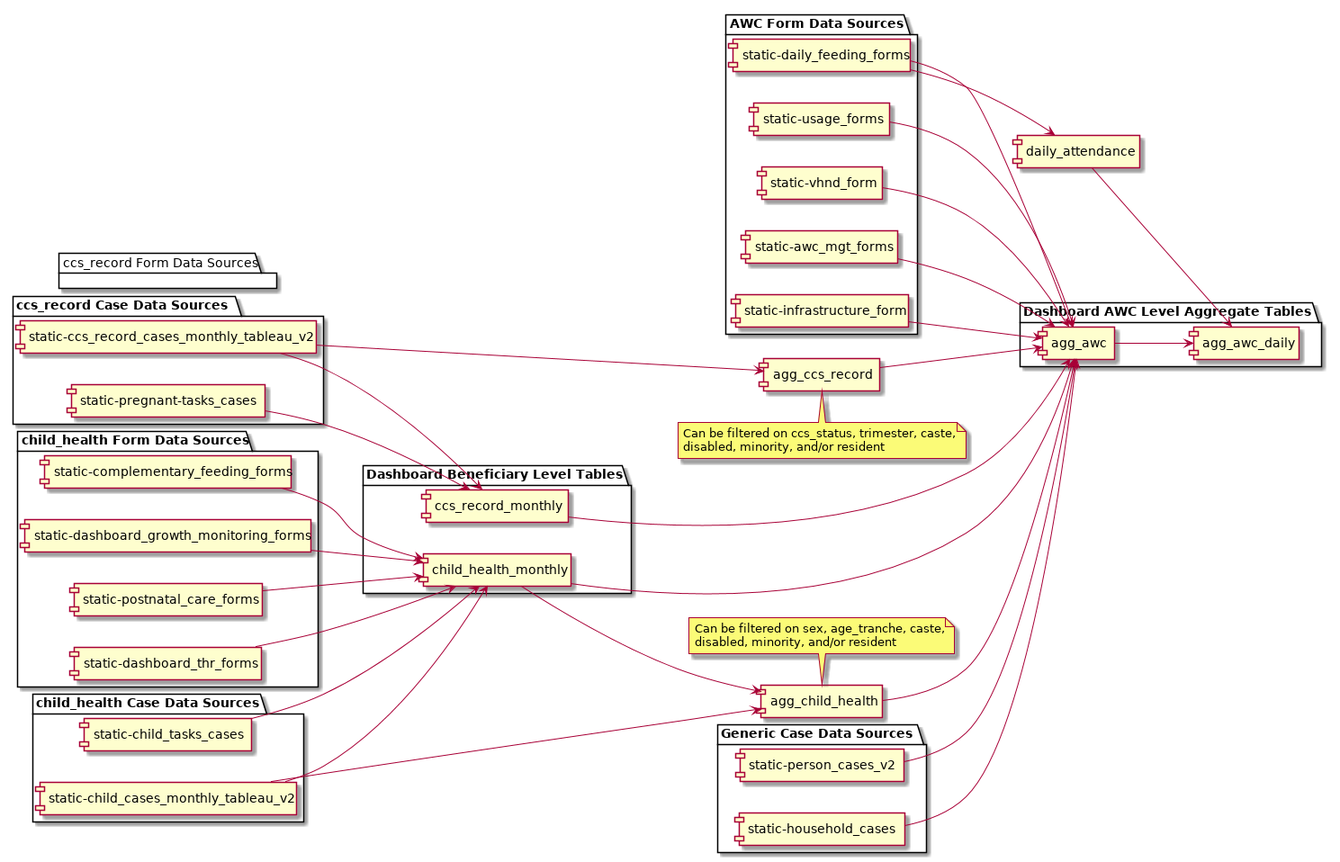
dimagi/commcare-hq keeps this PlantUML diagram as custom/icds_reports/docs/current_state_aggregation.png. Above is the earlier version.
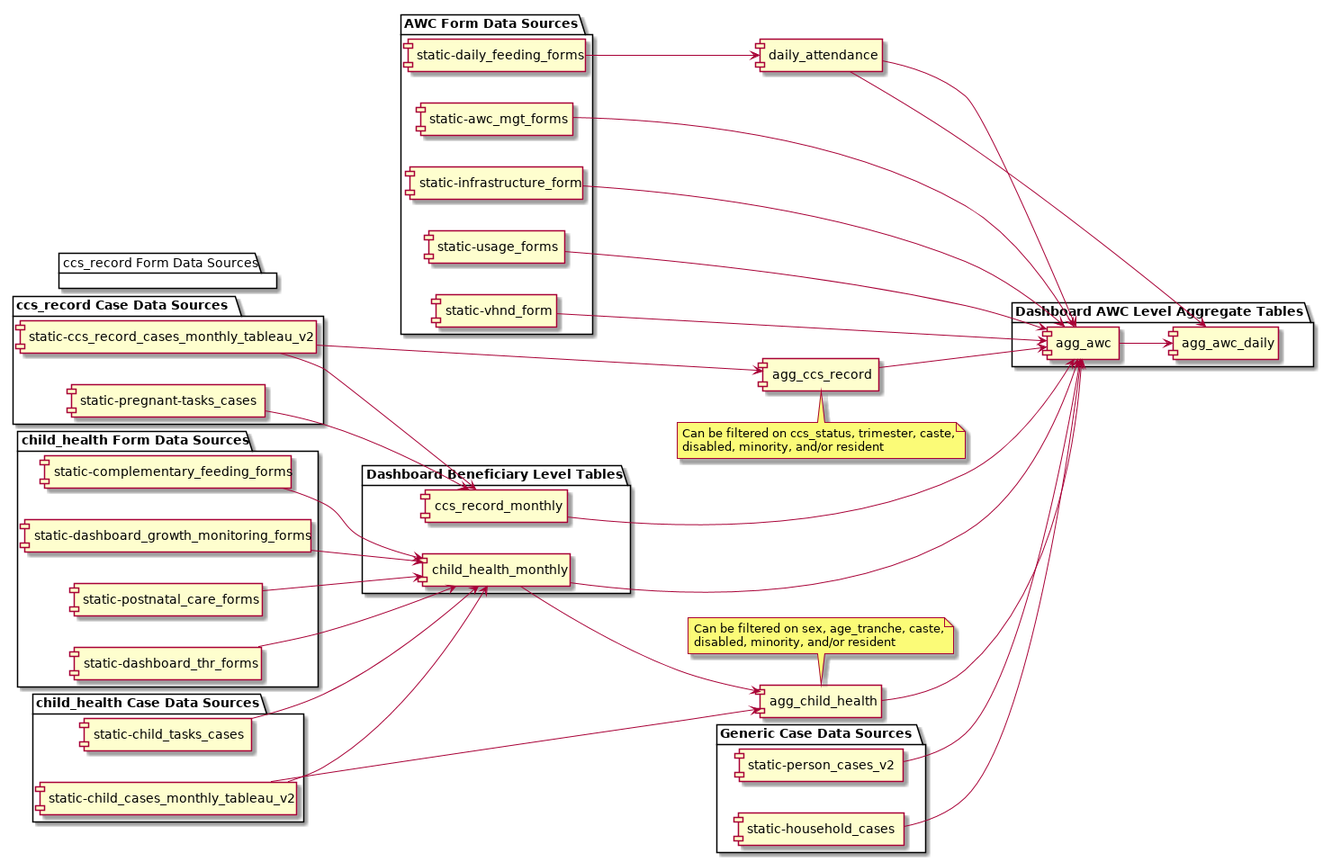
The same diagram one commit later.

Commit message:
Pull daily attendance information from the aggregate table

Change to the diagram source:
```diff
@@ -75,7 +75,7 @@
 
 [static-ccs_record_cases_monthly_tableau_v2] --> [agg_ccs_record]
 
-[static-daily_feeding_forms] --> [agg_awc]
+[daily_attendance] --> [agg_awc]
 [agg_child_health] --> [agg_awc]
 [agg_ccs_record] --> [agg_awc]
 [static-household_cases] --> [agg_awc]
```
